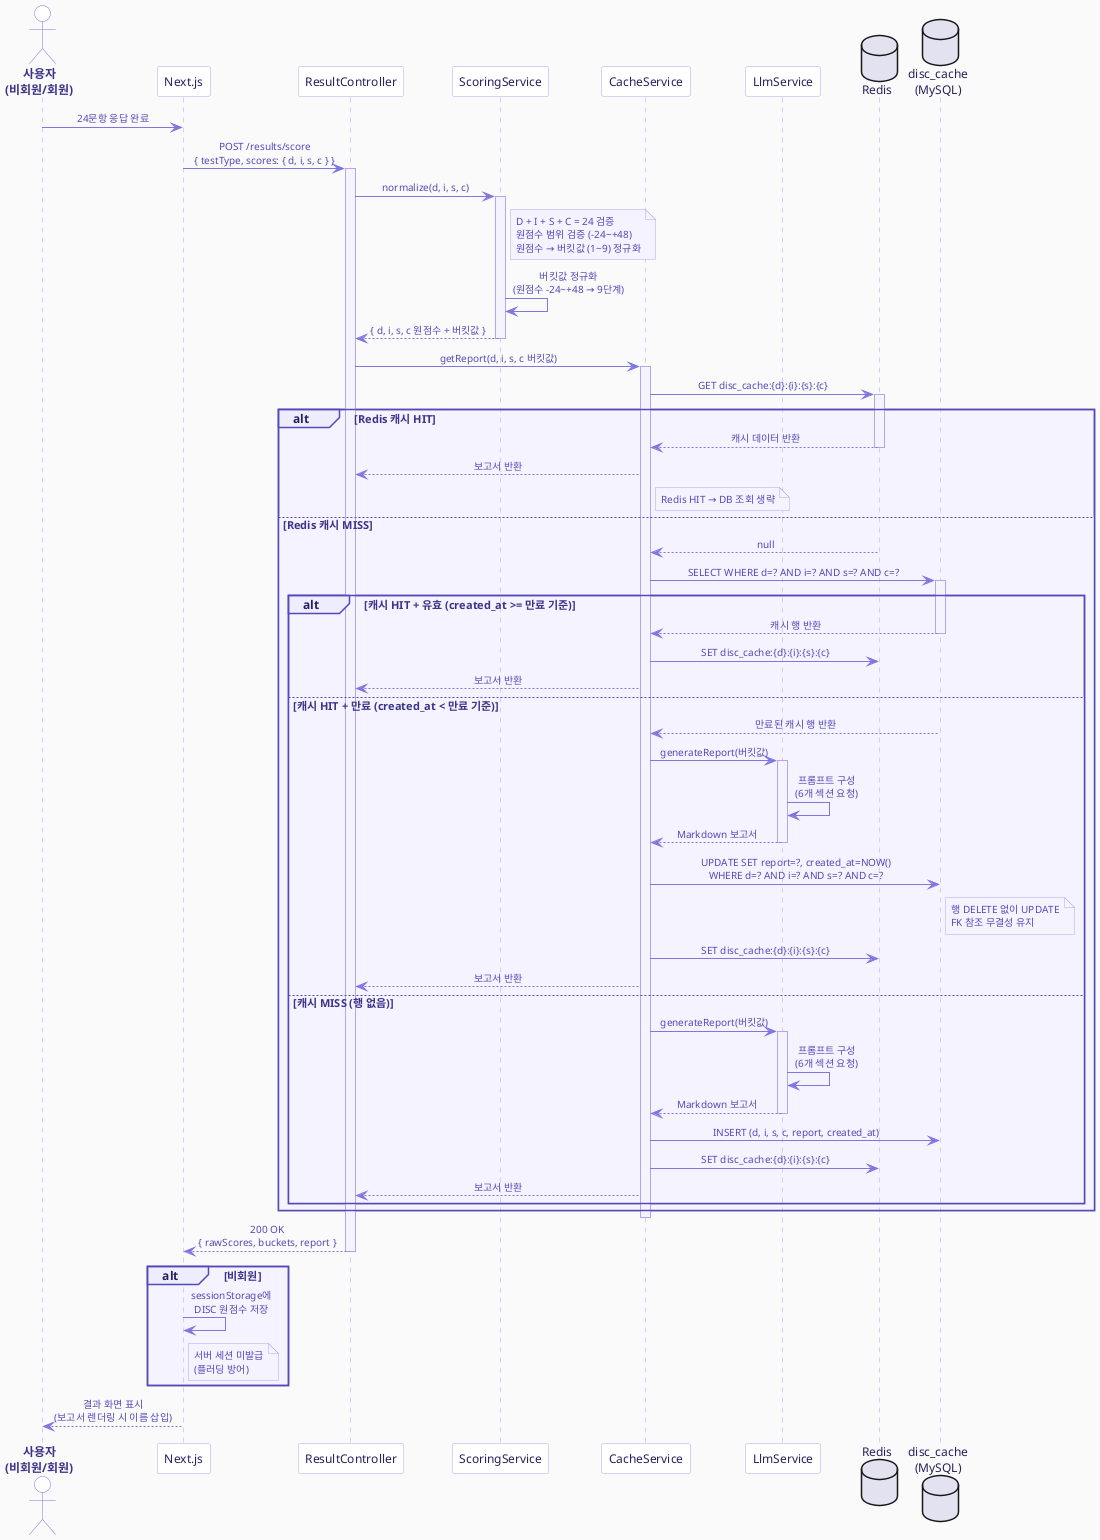
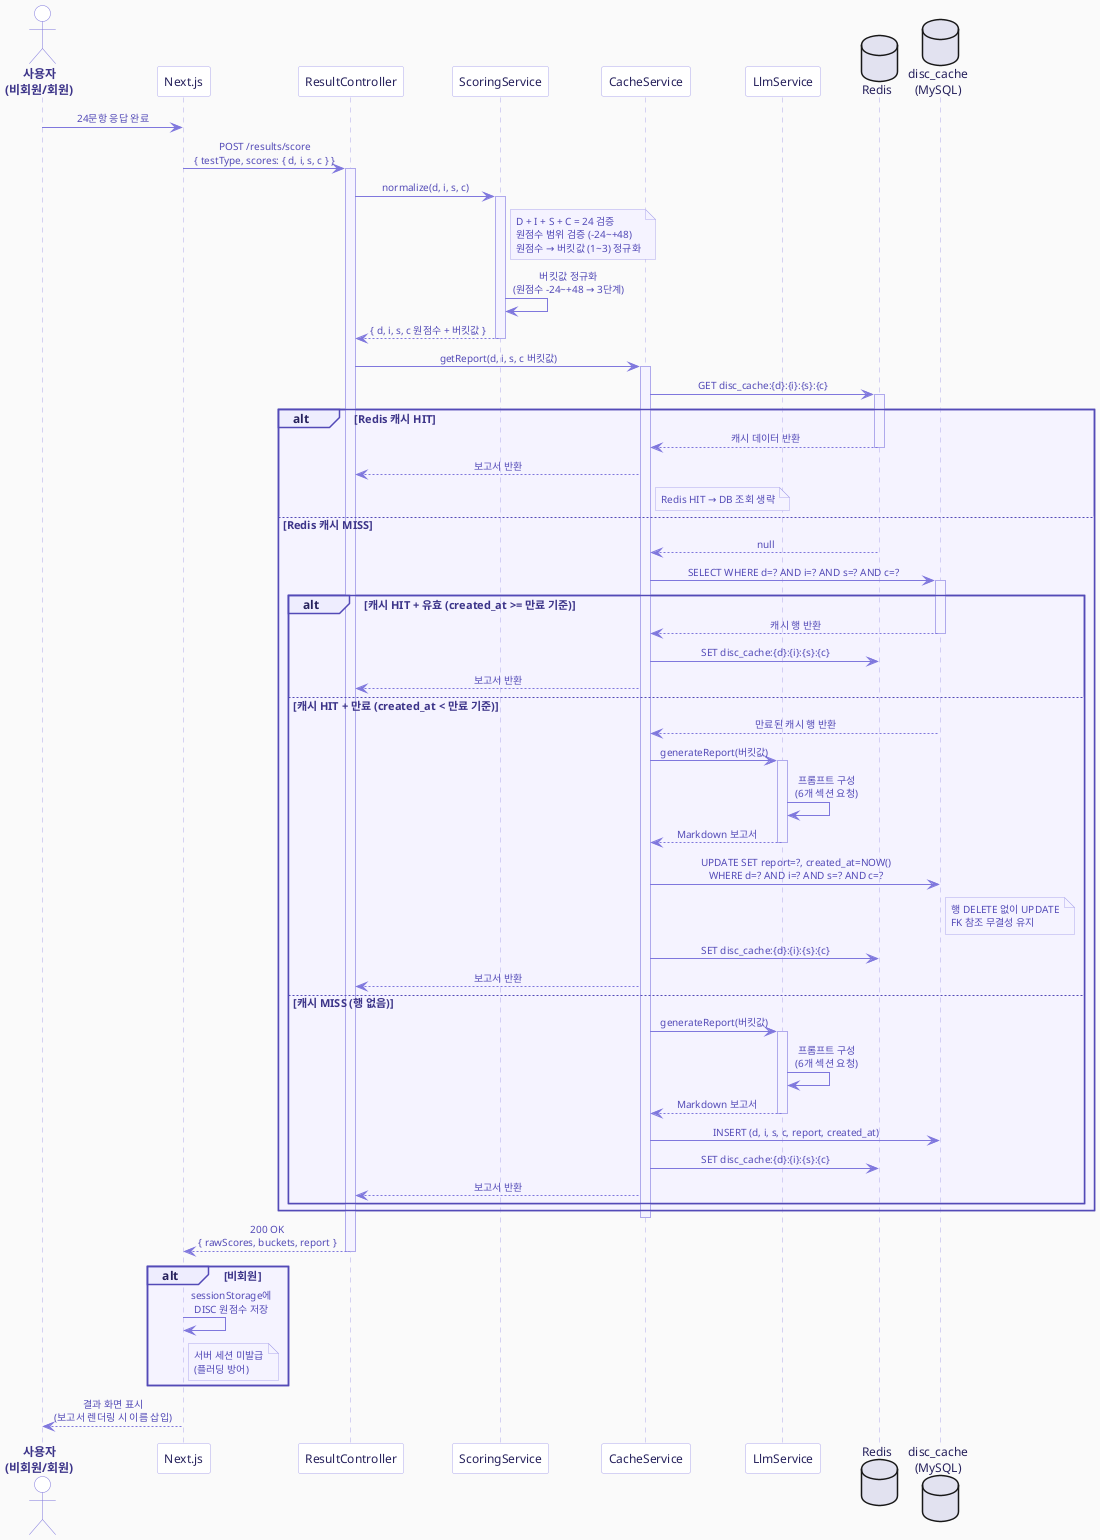
@startuml MyCPT_Sequence_Scoring

skinparam backgroundColor #FAFAFA
skinparam defaultFontName "Apple SD Gothic Neo, sans-serif"
skinparam defaultFontSize 12
skinparam defaultFontColor #26215C
skinparam sequenceMessageAlign center

skinparam participant {
  BackgroundColor #FFFFFF
  BorderColor #AFA9EC
  FontColor #26215C
  FontSize 12
}

skinparam actor {
  BackgroundColor #FFFFFF
  BorderColor #7F77DD
  FontColor #3C3489
  FontSize 12
  FontStyle bold
}

skinparam sequence {
  ArrowColor #7F77DD
  ArrowFontColor #534AB7
  ArrowFontSize 10
  LifeLineBorderColor #AFA9EC
  LifeLineBackgroundColor #F5F3FF
  GroupBorderColor #534AB7
  GroupBackgroundColor #EEEDFE
  GroupFontColor #3C3489
  GroupFontSize 11
  GroupBodyBackgroundColor #F5F3FF
  DividerBackgroundColor #EEEDFE
  DividerBorderColor #534AB7
  DividerFontColor #3C3489
  ReferenceBackgroundColor #EEF6FF
  ReferenceBorderColor #534AB7
}

skinparam note {
  BackgroundColor #F5F3FF
  BorderColor #AFA9EC
  FontColor #534AB7
  FontSize 10
}

actor "사용자\n(비회원/회원)" as User
participant "Next.js" as Client
participant "ResultController" as Controller
participant "ScoringService" as Scoring
participant "CacheService" as CacheService
participant "LlmService" as Llm
database "Redis" as Redis
database "disc_cache\n(MySQL)" as DB

User -> Client : 24문항 응답 완료

Client -> Controller : POST /results/score\n{ testType, scores: { d, i, s, c } }
activate Controller

Controller -> Scoring : normalize(d, i, s, c)
activate Scoring

note right of Scoring
  D + I + S + C = 24 검증
  원점수 범위 검증 (-24~+48)
-   원점수 → 버킷값 (1~9) 정규화
+   원점수 → 버킷값 (1~3) 정규화
end note

- Scoring -> Scoring : 버킷값 정규화\n(원점수 -24~+48 → 9단계)
+ Scoring -> Scoring : 버킷값 정규화\n(원점수 -24~+48 → 3단계)
Scoring --> Controller : { d, i, s, c 원점수 + 버킷값 }
deactivate Scoring

Controller -> CacheService : getReport(d, i, s, c 버킷값)
activate CacheService

CacheService -> Redis : GET disc_cache:{d}:{i}:{s}:{c}
activate Redis

alt Redis 캐시 HIT
  Redis --> CacheService : 캐시 데이터 반환
  deactivate Redis
  CacheService --> Controller : 보고서 반환
  note right of CacheService : Redis HIT → DB 조회 생략

else Redis 캐시 MISS
  Redis --> CacheService : null
  deactivate Redis

  CacheService -> DB : SELECT WHERE d=? AND i=? AND s=? AND c=?
  activate DB

  alt 캐시 HIT + 유효 (created_at >= 만료 기준)
    DB --> CacheService : 캐시 행 반환
    deactivate DB
    CacheService -> Redis : SET disc_cache:{d}:{i}:{s}:{c}
    CacheService --> Controller : 보고서 반환

  else 캐시 HIT + 만료 (created_at < 만료 기준)
    DB --> CacheService : 만료된 캐시 행 반환
    deactivate DB
    CacheService -> Llm : generateReport(버킷값)
    activate Llm
    Llm -> Llm : 프롬프트 구성\n(6개 섹션 요청)
    Llm --> CacheService : Markdown 보고서
    deactivate Llm
    CacheService -> DB : UPDATE SET report=?, created_at=NOW()\nWHERE d=? AND i=? AND s=? AND c=?
    note right of DB : 행 DELETE 없이 UPDATE\nFK 참조 무결성 유지
    CacheService -> Redis : SET disc_cache:{d}:{i}:{s}:{c}
    CacheService --> Controller : 보고서 반환

  else 캐시 MISS (행 없음)
    CacheService -> Llm : generateReport(버킷값)
    activate Llm
    Llm -> Llm : 프롬프트 구성\n(6개 섹션 요청)
    Llm --> CacheService : Markdown 보고서
    deactivate Llm
    CacheService -> DB : INSERT (d, i, s, c, report, created_at)
    CacheService -> Redis : SET disc_cache:{d}:{i}:{s}:{c}
    CacheService --> Controller : 보고서 반환
  end

end

deactivate CacheService

Controller --> Client : 200 OK\n{ rawScores, buckets, report }
deactivate Controller

alt 비회원
  Client -> Client : sessionStorage에\nDISC 원점수 저장
  note right of Client
    서버 세션 미발급
    (플러딩 방어)
  end note
end

Client --> User : 결과 화면 표시\n(보고서 렌더링 시 이름 삽입)

@enduml